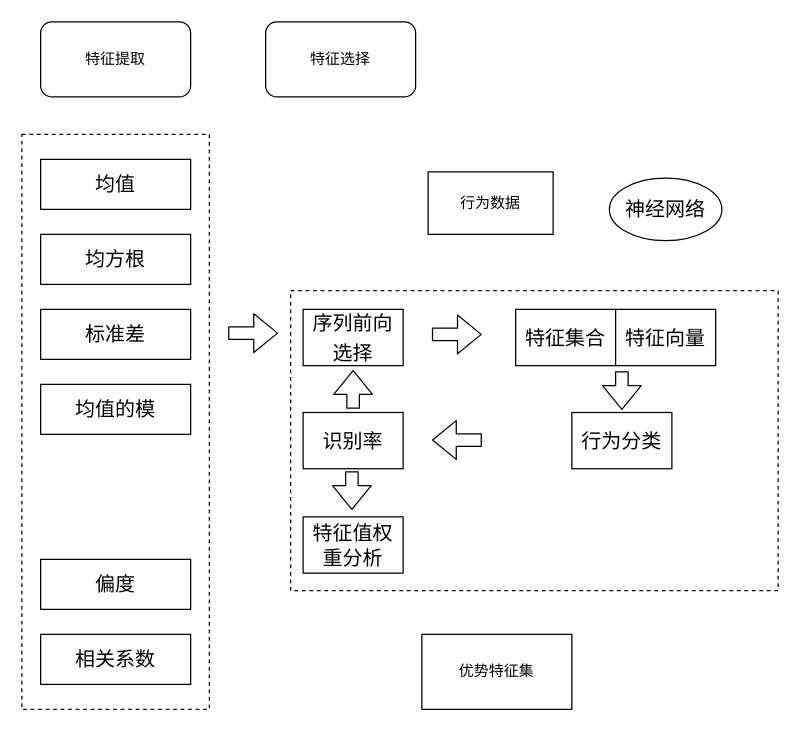
Before: 特征选择示意图.drawio in ByronGe/ff, a draw.io diagram. Source tidied: cells renumbered, new cells numbered last; positions are measured from the earlier drawing's top-left corner, leaving out a move shared by most shapes. Both pictures are drawn from the tidied source at 125%, with x=0, y=0 at pixel (21, 21).
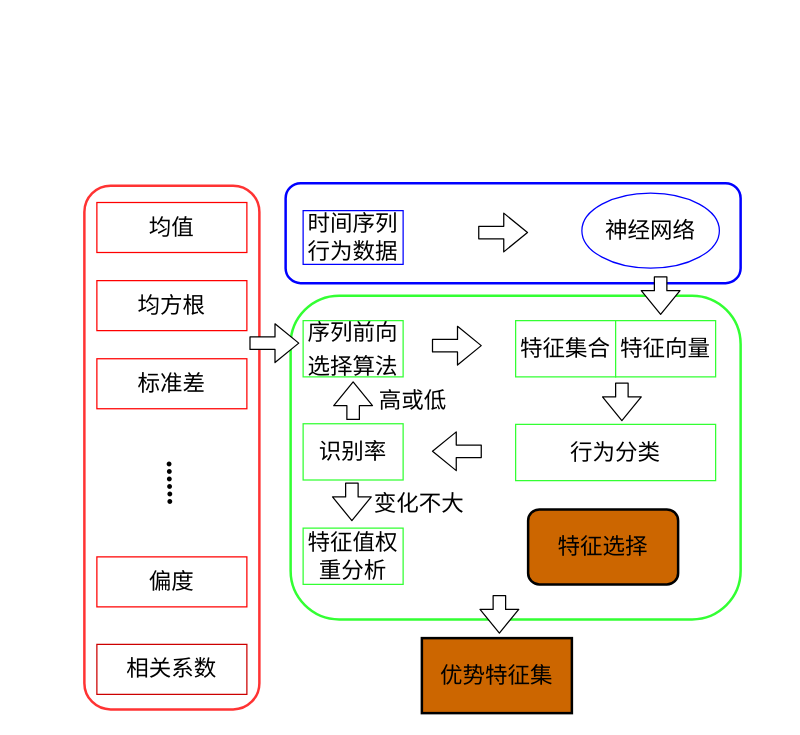
The same diagram, later.

Commit message:
Update 特征选择示意图.drawio

What changed in the source:
```diff
@@
+    <mxCell id="27" style="rounded=1;whiteSpace=wrap;html=1;shadow=0;glass=0;comic=0;labelBackgroundColor=none;strokeColor=#33FF33;strokeWidth=2;fillColor=none;fontFamily=Times New Roman;fontSize=18;" parent="1" vertex="1">
+      <mxGeometry x="215" y="219" width="360" height="259" as="geometry" />
+    </mxCell>
+    <mxCell id="28" style="rounded=1;whiteSpace=wrap;html=1;shadow=0;glass=0;comic=0;labelBackgroundColor=none;strokeColor=#0000FF;strokeWidth=2;fillColor=none;fontFamily=Times New Roman;fontSize=18;" parent="1" vertex="1">
+      <mxGeometry x="211" y="129" width="364" height="80" as="geometry" />
+    </mxCell>
+    <mxCell id="29" style="rounded=1;whiteSpace=wrap;html=1;shadow=0;glass=0;comic=0;labelBackgroundColor=none;fillColor=none;fontFamily=Times New Roman;fontSize=18;strokeColor=#FF3333;fontColor=#ffffff;strokeWidth=2;" parent="1" vertex="1">
+      <mxGeometry x="50" y="131" width="140" height="419" as="geometry" />
+    </mxCell>
-    <mxCell id="2" style="shape=flexArrow;endArrow=classic;html=1;" parent="1" edge="1">
+    <mxCell id="2" style="shape=flexArrow;endArrow=classic;html=1;fontSize=18;fontFamily=Times New Roman;fillColor=#ffffff;" parent="1" edge="1">
       <mxGeometry relative="1" as="geometry">
-        <mxPoint x="480" y="279.5" as="sourcePoint" />
-        <mxPoint x="480" y="310.5" as="targetPoint" />
+        <mxPoint x="480" y="288.5" as="sourcePoint" />
+        <mxPoint x="480" y="319.5" as="targetPoint" />
       </mxGeometry>
     </mxCell>
-    <mxCell id="3" value="均值" style="rounded=0;whiteSpace=wrap;html=1;fontSize=16;" parent="1" vertex="1">
-      <mxGeometry x="15" y="110" width="120" height="40" as="geometry" />
+    <mxCell id="3" value="均值" style="rounded=0;whiteSpace=wrap;html=1;fontSize=18;fontFamily=Times New Roman;strokeColor=#FF0000;strokeWidth=1;" parent="1" vertex="1">
+      <mxGeometry x="60" y="144.5" width="120" height="40" as="geometry" />
     </mxCell>
-    <mxCell id="4" value="均方根" style="rounded=0;whiteSpace=wrap;html=1;fontSize=16;" parent="1" vertex="1">
-      <mxGeometry x="15" y="170" width="120" height="40" as="geometry" />
+    <mxCell id="4" value="均方根" style="rounded=0;whiteSpace=wrap;html=1;fontSize=18;fontFamily=Times New Roman;strokeColor=#FF0000;" parent="1" vertex="1">
+      <mxGeometry x="60" y="207" width="120" height="40" as="geometry" />
     </mxCell>
-    <mxCell id="5" value="标准差" style="rounded=0;whiteSpace=wrap;html=1;fontSize=16;" parent="1" vertex="1">
-      <mxGeometry x="15" y="230" width="120" height="40" as="geometry" />
+    <mxCell id="5" value="标准差" style="rounded=0;whiteSpace=wrap;html=1;fontSize=18;fontFamily=Times New Roman;strokeColor=#FF0000;" parent="1" vertex="1">
+      <mxGeometry x="60" y="269.5" width="120" height="40" as="geometry" />
     </mxCell>
-    <mxCell id="6" value="&lt;span style=&quot;font-size: 12pt ; line-height: 150%&quot;&gt;序列前向选择&lt;/span&gt;" style="rounded=0;whiteSpace=wrap;html=1;fontSize=16;" parent="1" vertex="1">
-      <mxGeometry x="225" y="230" width="80" height="45" as="geometry" />
+    <mxCell id="6" value="&lt;span style=&quot;font-size: 18px ; line-height: 150%&quot;&gt;序列前向选择算法&lt;/span&gt;" style="rounded=0;whiteSpace=wrap;html=1;fontSize=18;fontFamily=Times New Roman;strokeColor=#33FF33;" parent="1" vertex="1">
+      <mxGeometry x="225" y="239" width="80" height="45" as="geometry" />
     </mxCell>
-    <mxCell id="7" value="相关系数" style="rounded=0;whiteSpace=wrap;html=1;fontSize=16;" parent="1" vertex="1">
-      <mxGeometry x="15" y="490" width="120" height="40" as="geometry" />
+    <mxCell id="7" value="相关系数" style="rounded=0;whiteSpace=wrap;html=1;fontSize=18;fontFamily=Times New Roman;strokeColor=#CC0000;" parent="1" vertex="1">
+      <mxGeometry x="60" y="498" width="120" height="40" as="geometry" />
     </mxCell>
-    <mxCell id="8" value="偏度" style="rounded=0;whiteSpace=wrap;html=1;fontSize=16;" parent="1" vertex="1">
-      <mxGeometry x="15" y="430" width="120" height="40" as="geometry" />
+    <mxCell id="8" value="偏度" style="rounded=0;whiteSpace=wrap;html=1;fontSize=18;fontFamily=Times New Roman;strokeColor=#FF0000;" parent="1" vertex="1">
+      <mxGeometry x="60" y="428" width="120" height="40" as="geometry" />
     </mxCell>
-    <mxCell id="9" value="均值的模" style="rounded=0;whiteSpace=wrap;html=1;fontSize=16;" parent="1" vertex="1">
-      <mxGeometry x="15" y="290" width="120" height="40" as="geometry" />
-    </mxCell>
-    <mxCell id="10" style="rounded=0;whiteSpace=wrap;html=1;fontSize=16;dashed=1;fillColor=none;" parent="1" vertex="1">
-      <mxGeometry y="90" width="150" height="460" as="geometry" />
-    </mxCell>
-    <mxCell id="11" value="神经网络" style="ellipse;whiteSpace=wrap;html=1;fillColor=none;fontSize=16;" parent="1" vertex="1">
-      <mxGeometry x="470" y="125" width="90" height="50" as="geometry" />
-    </mxCell>
-    <mxCell id="12" style="shape=flexArrow;endArrow=classic;html=1;" parent="1" edge="1">
+    <mxCell id="12" style="shape=flexArrow;endArrow=classic;html=1;fontSize=18;fontFamily=Times New Roman;fillColor=#ffffff;" parent="1" edge="1">
       <mxGeometry relative="1" as="geometry">
-        <mxPoint x="165" y="249" as="sourcePoint" />
-        <mxPoint x="205" y="249" as="targetPoint" />
+        <mxPoint x="182" y="257" as="sourcePoint" />
+        <mxPoint x="222" y="257" as="targetPoint" />
       </mxGeometry>
     </mxCell>
-    <mxCell id="13" style="shape=flexArrow;endArrow=classic;html=1;" parent="1" edge="1">
+    <mxCell id="13" style="shape=flexArrow;endArrow=classic;html=1;fontSize=18;fontFamily=Times New Roman;fillColor=#ffffff;" parent="1" edge="1">
       <mxGeometry relative="1" as="geometry">
-        <mxPoint x="328" y="250" as="sourcePoint" />
-        <mxPoint x="368" y="250" as="targetPoint" />
+        <mxPoint x="328" y="259" as="sourcePoint" />
+        <mxPoint x="368" y="259" as="targetPoint" />
       </mxGeometry>
     </mxCell>
-    <mxCell id="14" value="&lt;span style=&quot;font-size: 12pt ; line-height: 150%&quot;&gt;特征集合&lt;/span&gt;" style="rounded=0;whiteSpace=wrap;html=1;fontSize=16;" parent="1" vertex="1">
-      <mxGeometry x="395" y="230" width="80" height="45" as="geometry" />
+    <mxCell id="14" value="&lt;span style=&quot;font-size: 18px; line-height: 150%;&quot;&gt;特征集合&lt;/span&gt;" style="rounded=0;whiteSpace=wrap;html=1;fontSize=18;fontFamily=Times New Roman;strokeColor=#33FF33;" parent="1" vertex="1">
+      <mxGeometry x="395" y="239" width="80" height="45" as="geometry" />
     </mxCell>
-    <mxCell id="15" value="行为数据" style="rounded=0;whiteSpace=wrap;html=1;" parent="1" vertex="1">
-      <mxGeometry x="325" y="120" width="100" height="50" as="geometry" />
+    <mxCell id="15" value="时间序列行为数据" style="rounded=0;whiteSpace=wrap;html=1;fontSize=18;fontFamily=Times New Roman;strokeColor=#0000FF;" parent="1" vertex="1">
+      <mxGeometry x="225" y="151" width="80" height="43" as="geometry" />
     </mxCell>
-    <mxCell id="16" value="特征向量" style="rounded=0;whiteSpace=wrap;html=1;fontSize=16;" parent="1" vertex="1">
-      <mxGeometry x="475" y="230" width="80" height="45" as="geometry" />
+    <mxCell id="16" value="特征向量" style="rounded=0;whiteSpace=wrap;html=1;fontSize=18;fontFamily=Times New Roman;strokeColor=#33FF33;" parent="1" vertex="1">
+      <mxGeometry x="475" y="239" width="80" height="45" as="geometry" />
     </mxCell>
-    <mxCell id="17" value="行为分类" style="rounded=0;whiteSpace=wrap;html=1;fontSize=16;" parent="1" vertex="1">
-      <mxGeometry x="440" y="312.5" width="80" height="45" as="geometry" />
+    <mxCell id="17" value="行为分类" style="rounded=0;whiteSpace=wrap;html=1;fontSize=18;fontFamily=Times New Roman;strokeColor=#33FF33;" parent="1" vertex="1">
+      <mxGeometry x="395" y="322" width="160" height="45" as="geometry" />
     </mxCell>
-    <mxCell id="18" value="特征提取" style="rounded=1;whiteSpace=wrap;html=1;" parent="1" vertex="1">
-      <mxGeometry x="15" width="120" height="60" as="geometry" />
-    </mxCell>
-    <mxCell id="19" value="特征选择" style="rounded=1;whiteSpace=wrap;html=1;" parent="1" vertex="1">
-      <mxGeometry x="195" width="120" height="60" as="geometry" />
+    <mxCell id="19" value="特征选择" style="rounded=1;whiteSpace=wrap;html=1;fontSize=18;fontFamily=Times New Roman;strokeColor=#000000;fillColor=#CC6600;strokeWidth=2;" parent="1" vertex="1">
+      <mxGeometry x="405" y="390" width="120" height="60" as="geometry" />
     </mxCell>
-    <mxCell id="20" style="shape=flexArrow;endArrow=classic;html=1;" parent="1" edge="1">
-      <mxGeometry relative="1" as="geometry">
-        <mxPoint x="368" y="334.5" as="sourcePoint" />
-        <mxPoint x="328" y="334.5" as="targetPoint" />
-      </mxGeometry>
-    </mxCell>
-    <mxCell id="21" value="识别率" style="rounded=0;whiteSpace=wrap;html=1;fontSize=16;" parent="1" vertex="1">
-      <mxGeometry x="225" y="312.5" width="80" height="45" as="geometry" />
+    <mxCell id="21" value="识别率" style="rounded=0;whiteSpace=wrap;html=1;fontSize=18;fontFamily=Times New Roman;strokeColor=#33FF33;" parent="1" vertex="1">
+      <mxGeometry x="225" y="321.5" width="80" height="45" as="geometry" />
     </mxCell>
-    <mxCell id="22" style="shape=flexArrow;endArrow=classic;html=1;" parent="1" edge="1">
+    <mxCell id="22" style="shape=flexArrow;endArrow=classic;html=1;fontSize=18;fontFamily=Times New Roman;fillColor=#ffffff;" parent="1" edge="1">
       <mxGeometry relative="1" as="geometry">
-        <mxPoint x="265" y="309.5" as="sourcePoint" />
-        <mxPoint x="265" y="278.5" as="targetPoint" />
+        <mxPoint x="265" y="318.5" as="sourcePoint" />
+        <mxPoint x="265" y="287.5" as="targetPoint" />
       </mxGeometry>
     </mxCell>
-    <mxCell id="23" style="rounded=0;whiteSpace=wrap;html=1;dashed=1;fillColor=none;" parent="1" vertex="1">
-      <mxGeometry x="215" y="215" width="390" height="240" as="geometry" />
-    </mxCell>
-    <mxCell id="24" value="优势特征集" style="rounded=0;whiteSpace=wrap;html=1;fillColor=none;" parent="1" vertex="1">
-      <mxGeometry x="320" y="490" width="120" height="60" as="geometry" />
+    <mxCell id="24" value="优势特征集" style="rounded=0;whiteSpace=wrap;html=1;fillColor=#CC6600;fontSize=18;fontFamily=Times New Roman;strokeColor=#000000;strokeWidth=2;gradientColor=none;" parent="1" vertex="1">
+      <mxGeometry x="320" y="493" width="120" height="60" as="geometry" />
     </mxCell>
-    <mxCell id="25" style="shape=flexArrow;endArrow=classic;html=1;" parent="1" edge="1">
+    <mxCell id="25" style="shape=flexArrow;endArrow=classic;html=1;fontSize=18;fontFamily=Times New Roman;fillColor=#ffffff;" parent="1" edge="1">
       <mxGeometry relative="1" as="geometry">
-        <mxPoint x="264" y="359.5" as="sourcePoint" />
-        <mxPoint x="264" y="390.5" as="targetPoint" />
+        <mxPoint x="264" y="368.5" as="sourcePoint" />
+        <mxPoint x="264" y="399.5" as="targetPoint" />
       </mxGeometry>
     </mxCell>
-    <mxCell id="26" value="特征值权重分析" style="rounded=0;whiteSpace=wrap;html=1;fontSize=16;" parent="1" vertex="1">
-      <mxGeometry x="225" y="396" width="80" height="45" as="geometry" />
+    <mxCell id="26" value="特征值权重分析" style="rounded=0;whiteSpace=wrap;html=1;fontSize=18;fontFamily=Times New Roman;strokeColor=#33FF33;" parent="1" vertex="1">
+      <mxGeometry x="225" y="405" width="80" height="45" as="geometry" />
     </mxCell>
+    <mxCell id="30" style="shape=flexArrow;endArrow=classic;html=1;fontSize=18;fontFamily=Times New Roman;fillColor=#ffffff;" parent="1" edge="1">
+      <mxGeometry relative="1" as="geometry">
+        <mxPoint x="511" y="203.5" as="sourcePoint" />
+        <mxPoint x="511" y="234.5" as="targetPoint" />
+      </mxGeometry>
+    </mxCell>
+    <mxCell id="31" style="shape=flexArrow;endArrow=classic;html=1;fontSize=18;fontFamily=Times New Roman;fillColor=#ffffff;" parent="1" edge="1">
+      <mxGeometry relative="1" as="geometry">
+        <mxPoint x="365" y="168.5" as="sourcePoint" />
+        <mxPoint x="405" y="168.5" as="targetPoint" />
+      </mxGeometry>
+    </mxCell>
+    <mxCell id="32" style="shape=flexArrow;endArrow=classic;html=1;fontSize=18;fontFamily=Times New Roman;fillColor=#ffffff;" parent="1" edge="1">
+      <mxGeometry relative="1" as="geometry">
+        <mxPoint x="382" y="458.5" as="sourcePoint" />
+        <mxPoint x="382" y="489.5" as="targetPoint" />
+      </mxGeometry>
+    </mxCell>
+    <mxCell id="11" value="神经网络" style="ellipse;whiteSpace=wrap;html=1;rounded=0;shadow=0;glass=0;comic=0;labelBackgroundColor=none;fillColor=#ffffff;fontFamily=Times New Roman;fontSize=18;strokeColor=#0000FF;" parent="1" vertex="1">
+      <mxGeometry x="448" y="137" width="110" height="60" as="geometry" />
+    </mxCell>
+    <mxCell id="20" style="shape=flexArrow;endArrow=classic;html=1;fontSize=18;fontFamily=Times New Roman;fillColor=#ffffff;" parent="1" edge="1">
+      <mxGeometry relative="1" as="geometry">
+        <mxPoint x="368" y="343.5" as="sourcePoint" />
+        <mxPoint x="328" y="343.5" as="targetPoint" />
+      </mxGeometry>
+    </mxCell>
+    <mxCell id="33" value="高或低" style="text;html=1;strokeColor=none;fillColor=none;align=center;verticalAlign=middle;whiteSpace=wrap;rounded=0;shadow=0;glass=0;comic=0;labelBackgroundColor=none;fontFamily=Times New Roman;fontSize=18;" parent="1" vertex="1">
+      <mxGeometry x="278" y="293" width="70" height="20" as="geometry" />
+    </mxCell>
+    <mxCell id="34" value="变化不大" style="text;html=1;strokeColor=none;fillColor=none;align=center;verticalAlign=middle;whiteSpace=wrap;rounded=0;shadow=0;glass=0;comic=0;labelBackgroundColor=none;fontFamily=Times New Roman;fontSize=18;" parent="1" vertex="1">
+      <mxGeometry x="278" y="376" width="80" height="20" as="geometry" />
+    </mxCell>
+    <mxCell id="35" value="&lt;font style=&quot;font-size: 24px&quot;&gt;&lt;b&gt;......&lt;/b&gt;&lt;br&gt;&lt;/font&gt;" style="text;html=1;strokeColor=none;fillColor=none;align=center;verticalAlign=middle;whiteSpace=wrap;rounded=0;shadow=0;glass=0;comic=0;labelBackgroundColor=none;fontFamily=Times New Roman;fontSize=18;direction=south;rotation=89;" parent="1" vertex="1">
+      <mxGeometry x="90" y="363.5" width="70" height="11" as="geometry" />
+    </mxCell>
```
